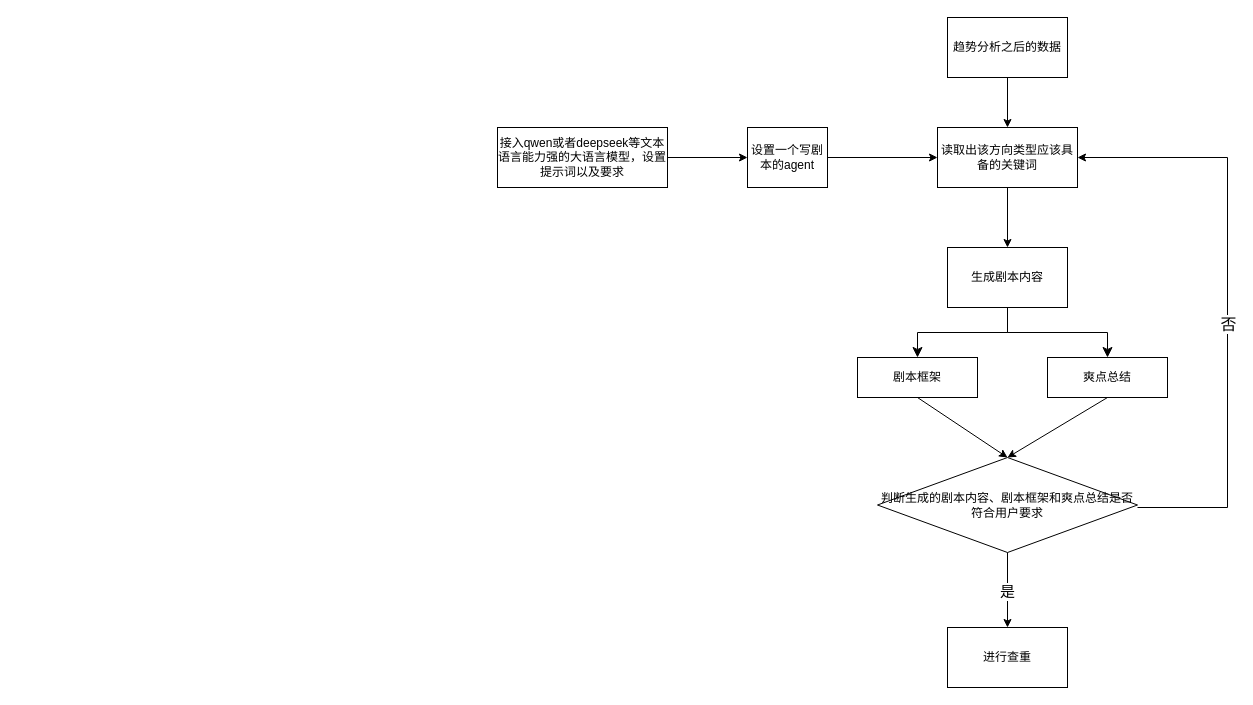
Above: 写剧本.drawio in luser233/test01-2025-07-13 (draw.io), before the change. Source tidied: cells renumbered, new cells numbered last; positions are measured from the earlier drawing's top-left corner, leaving out a move shared by most shapes. Both pictures are drawn from the tidied source at 100%, with x=0, y=0 at pixel (497, 17).
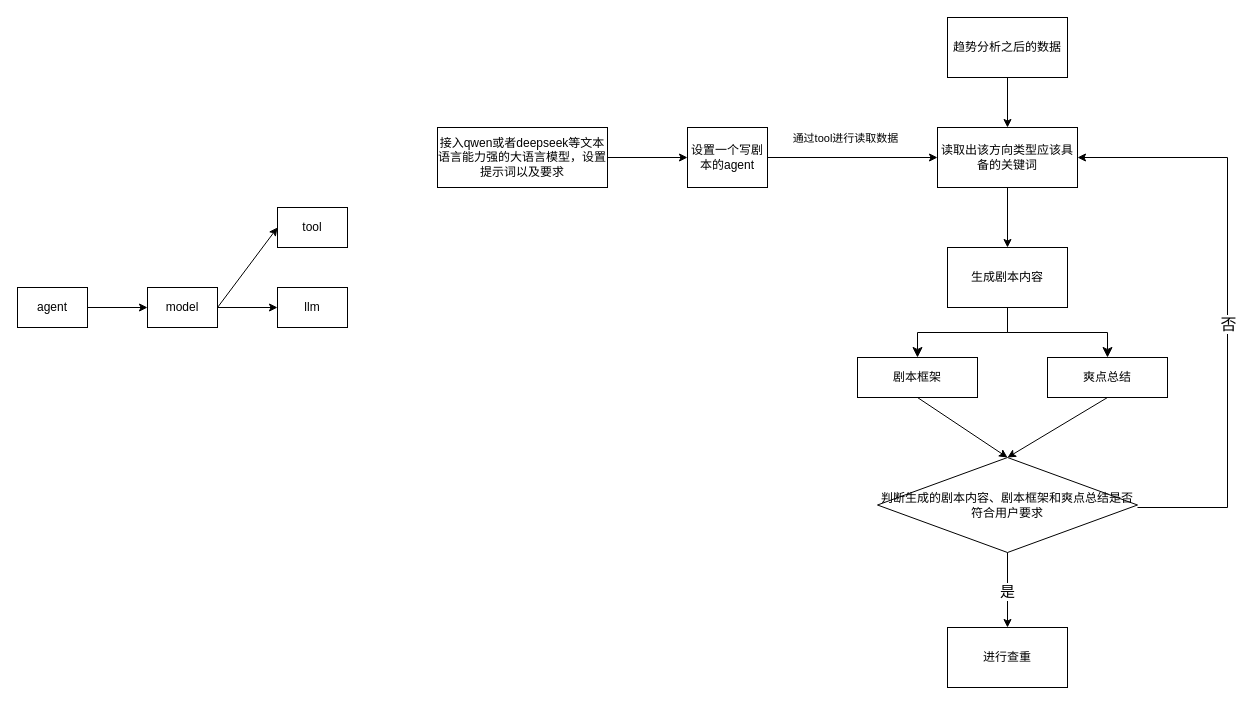
The same diagram, later.

Commit message:
更新写剧本.drawio

The change refers to these unchanged cells:
```xml
<mxCell id="3" value="读取出该方向类型应该具备的关键词" style="rounded=0;whiteSpace=wrap;html=1;" parent="1" vertex="1">
  <mxGeometry x="440" y="110" width="140" height="60" as="geometry" />
</mxCell>
```

Change to the diagram source:
```diff
@@
     <mxCell id="5" value="设置一个写剧本的agent" style="rounded=0;whiteSpace=wrap;html=1;" parent="1" vertex="1">
-      <mxGeometry x="250" y="110" width="80" height="60" as="geometry" />
+      <mxGeometry x="190" y="110" width="80" height="60" as="geometry" />
     </mxCell>
     <mxCell id="6" value="接入qwen或者deepseek等文本语言能力强的大语言模型，设置提示词以及要求" style="rounded=0;whiteSpace=wrap;html=1;" parent="1" vertex="1">
-      <mxGeometry y="110" width="170" height="60" as="geometry" />
+      <mxGeometry x="-60" y="110" width="170" height="60" as="geometry" />
     </mxCell>
     <mxCell id="7" style="endArrow=classic;html=1;rounded=0;entryX=0;entryY=0.5;entryDx=0;entryDy=0;" parent="1" edge="1" target="5">
       <mxGeometry relative="1" as="geometry">
-        <mxPoint x="170" y="140" as="sourcePoint" />
+        <mxPoint x="110" y="140" as="sourcePoint" />
       </mxGeometry>
     </mxCell>
-    <mxCell id="8" style="endArrow=classic;html=1;rounded=0;entryX=0;entryY=0.5;entryDx=0;entryDy=0;" parent="1" edge="1" target="3">
-      <mxGeometry relative="1" as="geometry">
-        <mxPoint x="330" y="140" as="sourcePoint" />
-      </mxGeometry>
+    <mxCell id="8" style="endArrow=classic;html=1;rounded=0;entryX=0;entryY=0.5;entryDx=0;entryDy=0;exitX=1;exitY=0.5;exitDx=0;exitDy=0;" parent="1" edge="1" source="5" target="3">
+      <mxGeometry relative="1" as="geometry" />
     </mxCell>
+    <mxCell id="23" value="通过tool进行读取数据" style="edgeLabel;html=1;align=center;verticalAlign=middle;" parent="8" vertex="1">
+      <mxGeometry x="-0.11" y="-2" relative="1" as="geometry">
+        <mxPoint x="1" y="-22" as="offset" />
+      </mxGeometry>
+    </mxCell>
@@
+    <mxCell id="24" value="agent" style="rounded=0;whiteSpace=wrap;html=1;" parent="1" vertex="1">
+      <mxGeometry x="-480" y="270" width="70" height="40" as="geometry" />
+    </mxCell>
+    <mxCell id="25" style="endArrow=classic;html=1;rounded=0;" parent="1" edge="1" target="26">
+      <mxGeometry relative="1" as="geometry">
+        <mxPoint x="-410" y="290" as="sourcePoint" />
+      </mxGeometry>
+    </mxCell>
+    <mxCell id="26" value="model" style="rounded=0;whiteSpace=wrap;html=1;" parent="1" vertex="1">
+      <mxGeometry x="-350" y="270" width="70" height="40" as="geometry" />
+    </mxCell>
+    <mxCell id="27" value="llm" style="rounded=0;whiteSpace=wrap;html=1;" parent="1" vertex="1">
+      <mxGeometry x="-220" y="270" width="70" height="40" as="geometry" />
+    </mxCell>
+    <mxCell id="28" style="endArrow=classic;html=1;rounded=0;entryX=0;entryY=0.5;entryDx=0;entryDy=0;" parent="1" edge="1" target="27">
+      <mxGeometry relative="1" as="geometry">
+        <mxPoint x="-280" y="290" as="sourcePoint" />
+      </mxGeometry>
+    </mxCell>
+    <mxCell id="29" style="endArrow=classic;html=1;rounded=0;entryX=0;entryY=0.5;entryDx=0;entryDy=0;" parent="1" edge="1" target="30">
+      <mxGeometry relative="1" as="geometry">
+        <mxPoint x="-280" y="290" as="sourcePoint" />
+      </mxGeometry>
+    </mxCell>
+    <mxCell id="30" value="tool" style="rounded=0;whiteSpace=wrap;html=1;" parent="1" vertex="1">
+      <mxGeometry x="-220" y="190" width="70" height="40" as="geometry" />
+    </mxCell>
```
